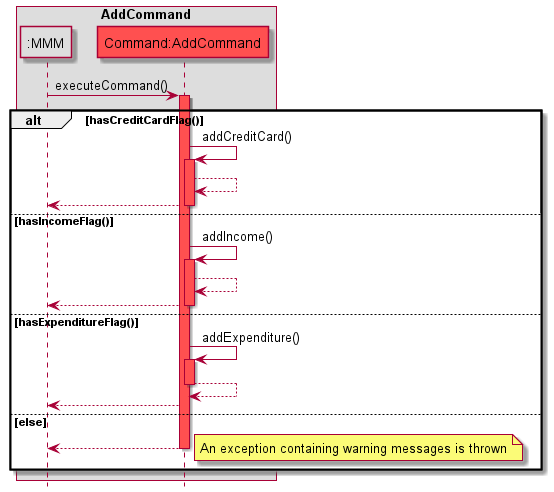
Before: docs/images/Add_Command_Sequence_Diagram.png, a diagram exported from PlantUML (nus-cs2113-AY2122S2/tp).
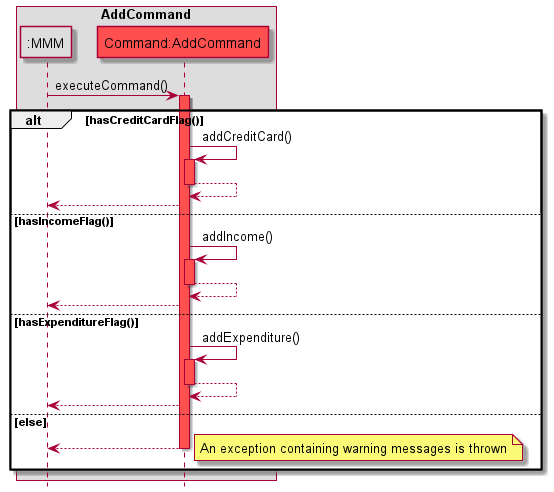
The same diagram one commit later.

Commit message:
Refactor Sequence diagram code

Diff of the diagram source:
```diff
@@ -14,16 +14,17 @@
 AddCommand -> AddCommand: addCreditCard()
 activate AddCommand COMMANDS_COLOUR
 AddCommand --> AddCommand
+deactivate AddCommand
 AddCommand --> MMM
-deactivate AddCommand
 
 
 else hasIncomeFlag()
 AddCommand -> AddCommand: addIncome()
 activate AddCommand COMMANDS_COLOUR
 AddCommand --> AddCommand
+deactivate AddCommand
 AddCommand --> MMM
-deactivate AddCommand
+
 
 else hasExpenditureFlag()
 AddCommand -> AddCommand: addExpenditure()
```
